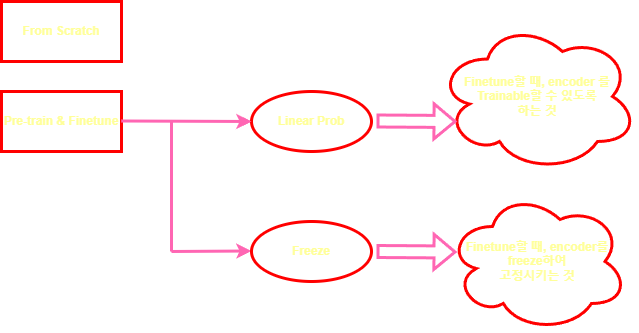
Before: study.png, a diagram exported from draw.io (Kyoungrae-Noh/draw). Source tidied: cells renumbered, new cells last; positions are measured from the earlier drawing's top-left corner, leaving out a move shared by most shapes.
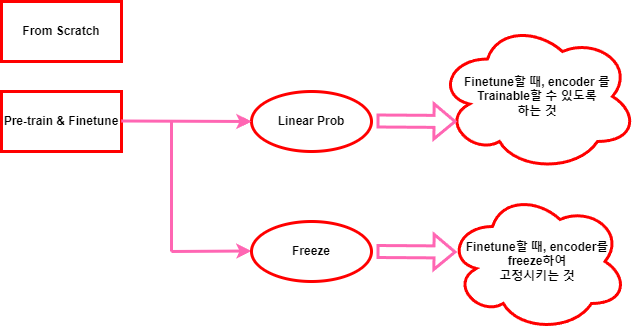
After the commit.

Diff of the diagram source:
```diff
@@ -2,10 +2,10 @@
   <root>
     <mxCell id="0" />
     <mxCell id="1" parent="0" />
-    <mxCell id="2" value="&lt;b&gt;&lt;font color=&quot;#ffff99&quot;&gt;From Scratch&lt;/font&gt;&lt;/b&gt;" style="whiteSpace=wrap;html=1;strokeColor=#FF0000;strokeWidth=3;" parent="1" vertex="1">
+    <mxCell id="2" value="&lt;b&gt;From Scratch&lt;/b&gt;" style="whiteSpace=wrap;html=1;strokeColor=#FF0000;strokeWidth=3;" parent="1" vertex="1">
       <mxGeometry width="120" height="60" as="geometry" />
     </mxCell>
-    <mxCell id="3" value="&lt;b&gt;&lt;font color=&quot;#ffff99&quot;&gt;Pre-train &amp;amp; Finetune&lt;/font&gt;&lt;/b&gt;" style="whiteSpace=wrap;html=1;strokeColor=#FF0000;strokeWidth=3;" parent="1" vertex="1">
+    <mxCell id="3" value="&lt;b&gt;Pre-train &amp;amp; Finetune&lt;/b&gt;" style="whiteSpace=wrap;html=1;strokeColor=#FF0000;strokeWidth=3;" parent="1" vertex="1">
       <mxGeometry y="90" width="120" height="60" as="geometry" />
     </mxCell>
     <mxCell id="4" style="endArrow=classic;html=1;rounded=0;entryX=0;entryY=0.5;entryDx=0;entryDy=0;strokeColor=#FF66B3;" parent="1" edge="1" target="7">
@@ -25,13 +25,13 @@
         <mxPoint x="250" y="249.5" as="targetPoint" />
       </mxGeometry>
     </mxCell>
-    <mxCell id="7" value="&lt;b&gt;&lt;font color=&quot;#ffff99&quot;&gt;Linear Prob&lt;/font&gt;&lt;/b&gt;" style="ellipse;whiteSpace=wrap;html=1;strokeColor=#FF0000;strokeWidth=3;" parent="1" vertex="1">
+    <mxCell id="7" value="&lt;b&gt;Linear Prob&lt;/b&gt;" style="ellipse;whiteSpace=wrap;html=1;strokeColor=#FF0000;strokeWidth=3;" parent="1" vertex="1">
       <mxGeometry x="250" y="90" width="120" height="60" as="geometry" />
     </mxCell>
-    <mxCell id="8" value="&lt;b&gt;&lt;font color=&quot;#ffff99&quot;&gt;Freeze&lt;/font&gt;&lt;/b&gt;" style="ellipse;whiteSpace=wrap;html=1;strokeColor=#FF0000;strokeWidth=3;" parent="1" vertex="1">
+    <mxCell id="8" value="&lt;b&gt;Freeze&lt;/b&gt;" style="ellipse;whiteSpace=wrap;html=1;strokeColor=#FF0000;strokeWidth=3;" parent="1" vertex="1">
       <mxGeometry x="250" y="220" width="120" height="60" as="geometry" />
     </mxCell>
-    <mxCell id="9" value="&lt;b&gt;&lt;font color=&quot;#ffff99&quot;&gt;Finetune할 때, encoder 를&lt;br&gt;Trainable할 수 있도록&lt;br&gt;하는 것&lt;/font&gt;&lt;/b&gt;" style="ellipse;shape=cloud;whiteSpace=wrap;html=1;strokeColor=#FF0000;strokeWidth=3;" parent="1" vertex="1">
+    <mxCell id="9" value="&lt;b&gt;Finetune할 때, encoder 를&lt;br&gt;Trainable할 수 있도록&lt;br&gt;하는 것&lt;/b&gt;" style="ellipse;shape=cloud;whiteSpace=wrap;html=1;strokeColor=#FF0000;strokeWidth=3;" parent="1" vertex="1">
       <mxGeometry x="436" y="20" width="200" height="150" as="geometry" />
     </mxCell>
     <mxCell id="10" style="shape=flexArrow;endArrow=classic;html=1;rounded=0;strokeColor=#FF66B3;fontStyle=1;strokeWidth=3;" parent="1" edge="1">
@@ -46,7 +46,7 @@
         <mxPoint x="455" y="250.5" as="targetPoint" />
       </mxGeometry>
     </mxCell>
-    <mxCell id="12" value="&lt;b&gt;&lt;font color=&quot;#ffff99&quot;&gt;Finetune할 때, encoder를 &lt;br&gt;freeze하여 &lt;br&gt;고정시키는 것&lt;/font&gt;&lt;/b&gt;" style="ellipse;shape=cloud;whiteSpace=wrap;html=1;strokeColor=#FF0000;strokeWidth=3;" parent="1" vertex="1">
+    <mxCell id="12" value="&lt;b&gt;Finetune할 때, encoder를 &lt;br&gt;freeze하여 &lt;br&gt;고정시키는 것&lt;/b&gt;" style="ellipse;shape=cloud;whiteSpace=wrap;html=1;strokeColor=#FF0000;strokeWidth=3;" parent="1" vertex="1">
       <mxGeometry x="446" y="190" width="180" height="140" as="geometry" />
     </mxCell>
     <mxCell id="13" style="endArrow=classic;html=1;rounded=0;entryX=0;entryY=0.5;entryDx=0;entryDy=0;strokeColor=#FF66B3;fontStyle=1;strokeWidth=3;" parent="1" edge="1">
```
